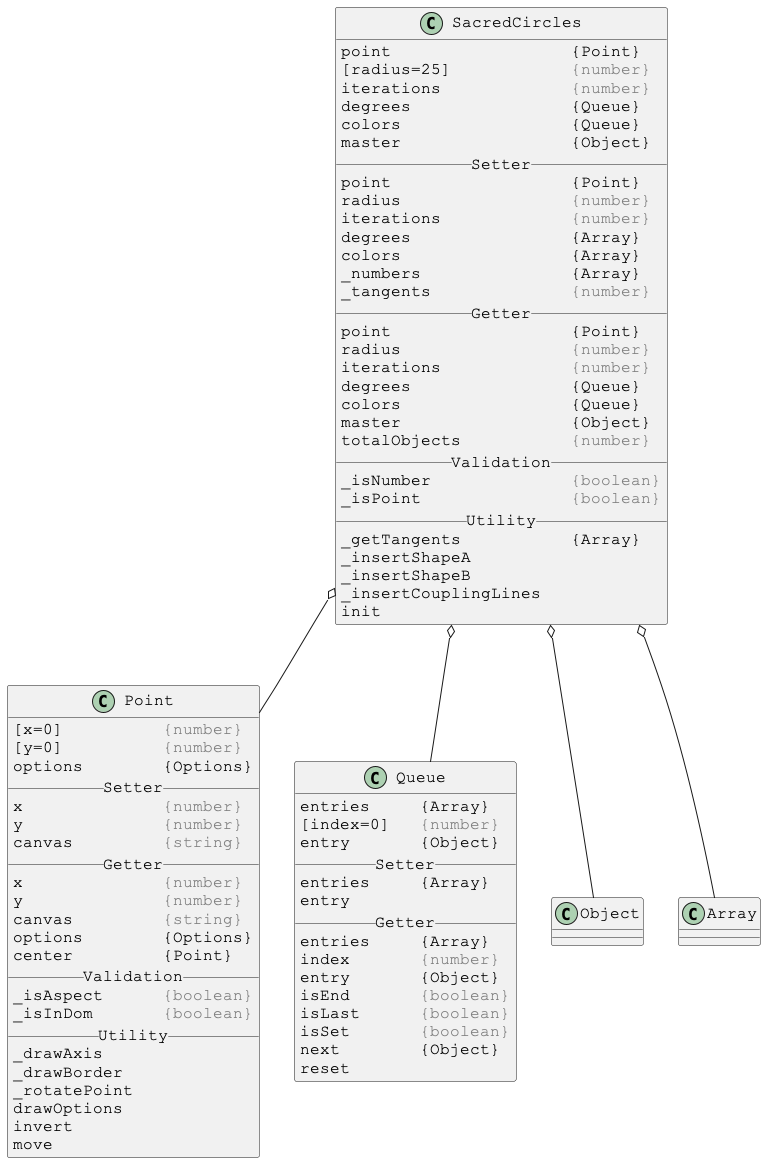
This is docs/PlantUml/image/linked/SacredCircles-linked.png from Justin-Byrne/canvasLab, a PlantUML export, as it was before one commit.
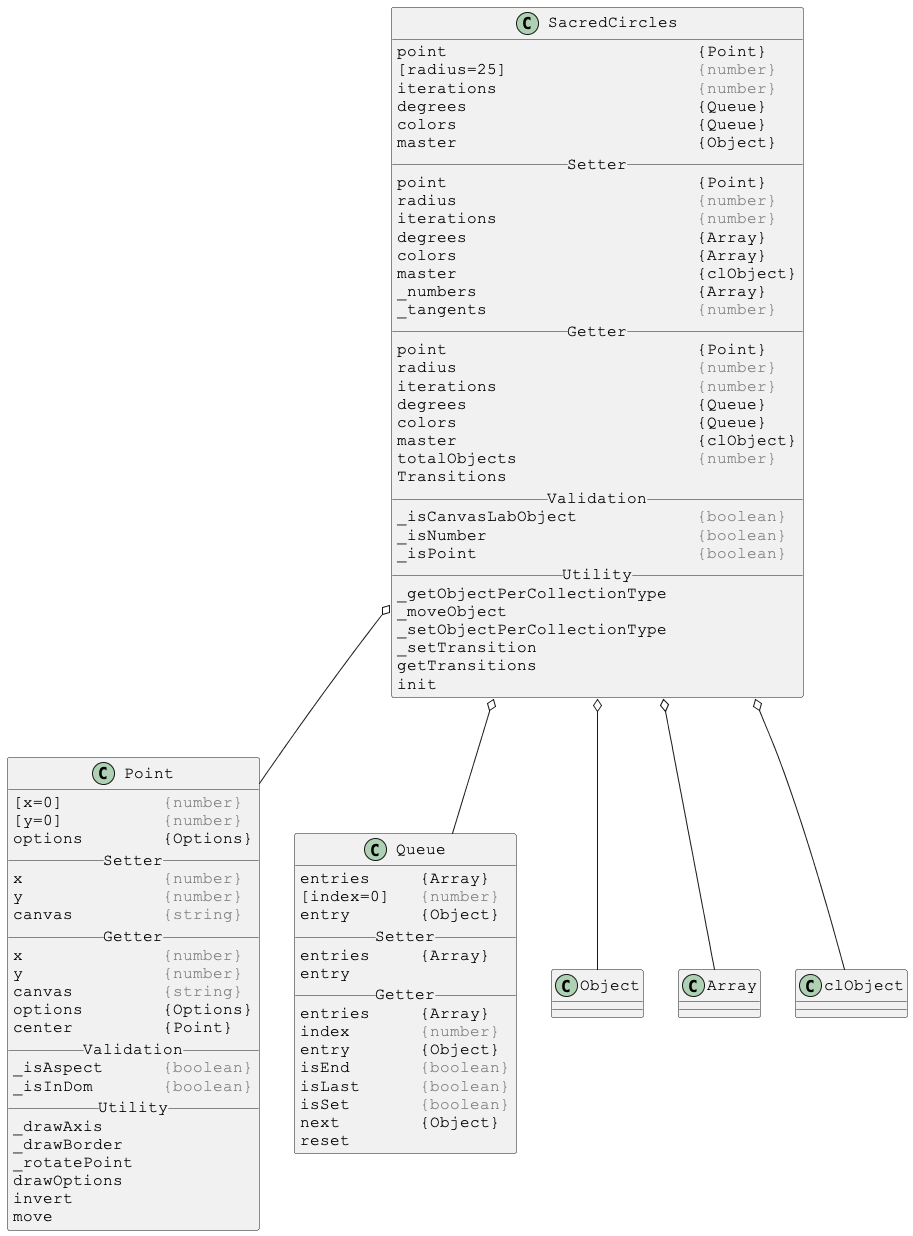
The same file after the commit.

What changed in the source:
```diff
@@ -4,36 +4,40 @@
 skinparam DefaultFontName Courier New
 
 class SacredCircles {
-point                  {Point}
-[radius=25]            <color:gray>{number}</color>
-iterations             <color:gray>{number}</color>
-degrees                {Queue}
-colors                 {Queue}
-master                 {Object}
+point                         {Point}
+[radius=25]                   <color:gray>{number}</color>
+iterations                    <color:gray>{number}</color>
+degrees                       {Queue}
+colors                        {Queue}
+master                        {Object}
 __ Setter __
-point                  {Point}
-radius                 <color:gray>{number}</color>
-iterations             <color:gray>{number}</color>
-degrees                {Array}
-colors                 {Array}
-_numbers               {Array}
-_tangents              <color:gray>{number}</color>
+point                         {Point}
+radius                        <color:gray>{number}</color>
+iterations                    <color:gray>{number}</color>
+degrees                       {Array}
+colors                        {Array}
+master                        {clObject}
+_numbers                      {Array}
+_tangents                     <color:gray>{number}</color>
 __ Getter __
-point                  {Point}
-radius                 <color:gray>{number}</color>
-iterations             <color:gray>{number}</color>
-degrees                {Queue}
-colors                 {Queue}
-master                 {Object}
-totalObjects           <color:gray>{number}</color>
+point                         {Point}
+radius                        <color:gray>{number}</color>
+iterations                    <color:gray>{number}</color>
+degrees                       {Queue}
+colors                        {Queue}
+master                        {clObject}
+totalObjects                  <color:gray>{number}</color>
+Transitions
 __ Validation __
-_isNumber              <color:gray>{boolean}</color>
-_isPoint               <color:gray>{boolean}</color>
+_isCanvasLabObject            <color:gray>{boolean}</color>
+_isNumber                     <color:gray>{boolean}</color>
+_isPoint                      <color:gray>{boolean}</color>
 __ Utility __
-_getTangents           {Array}
-_insertShapeA
-_insertShapeB
-_insertCouplingLines
+_getObjectPerCollectionType
+_moveObject
+_setObjectPerCollectionType
+_setTransition
+getTransitions
 init
 }
 
@@ -41,6 +45,7 @@
 SacredCircles o-- Queue
 SacredCircles o-- Object
 SacredCircles o-- Array
+SacredCircles o-- clObject
 
 
 
```
